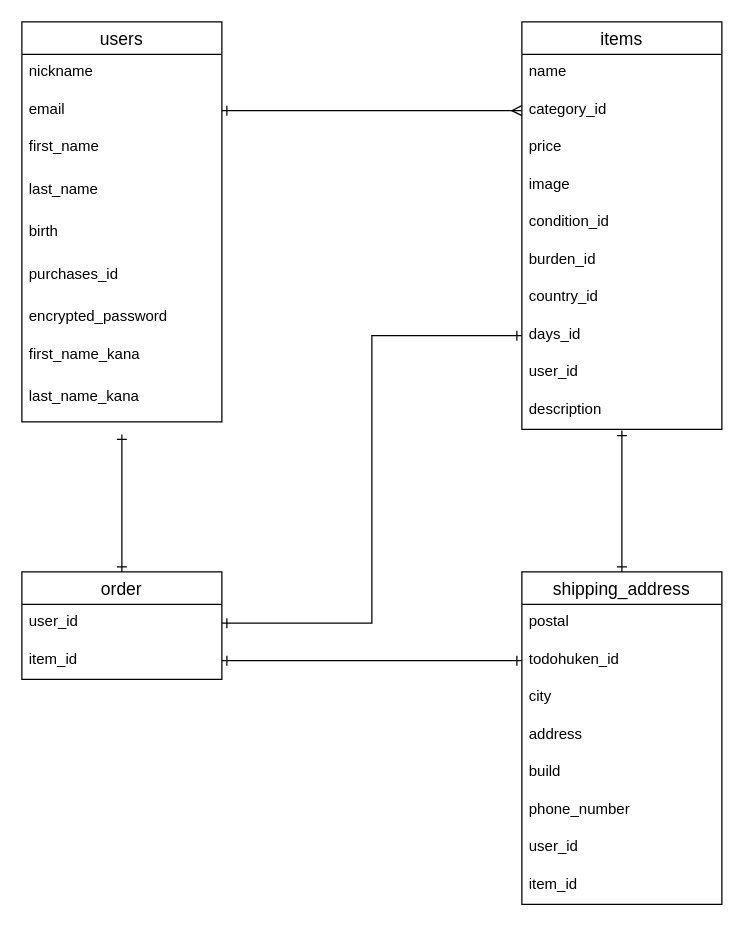
Earlier version of the draw.io diagram furima.dio (kosei-kubota/furima-34523). Source tidied: cells renumbered, new cells numbered last; positions are measured from the earlier drawing's top-left corner, leaving out a move shared by most shapes. Both pictures are drawn from the tidied source at 125%, with x=0, y=0 at pixel (21, 21).
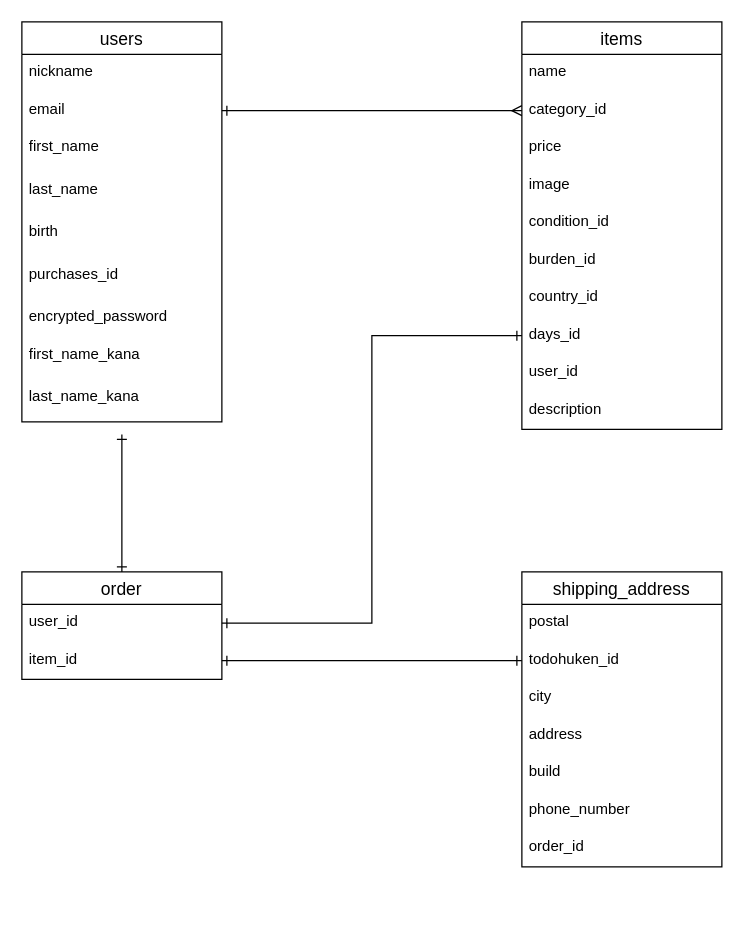
Above is the later version.

Unchanged cells that the change refers to:
```xml
<mxCell id="22" value="description" style="text;strokeColor=none;fillColor=none;spacingLeft=4;spacingRight=4;overflow=hidden;points=[[0,0.5],[1,0.5]];portConstraint=eastwest;fontSize=12;" parent="12" vertex="1">
  <mxGeometry y="296" width="160" height="30" as="geometry" />
</mxCell>
```

What changed in the source:
```diff
@@
-    <mxCell id="25" style="edgeStyle=orthogonalEdgeStyle;rounded=0;jettySize=auto;html=1;exitX=0.5;exitY=0;exitDx=0;exitDy=0;entryX=0.5;entryY=1.033;entryDx=0;entryDy=0;entryPerimeter=0;startArrow=ERone;startFill=0;endArrow=ERone;endFill=0;" parent="1" edge="1" source="26" target="22">
-      <mxGeometry relative="1" as="geometry" />
-    </mxCell>
     <mxCell id="26" value="shipping_address" style="swimlane;fontStyle=0;horizontal=1;startSize=26;align=center;fontSize=14;" parent="1" vertex="1">
-      <mxGeometry x="400" y="440" width="160" height="266" as="geometry" />
+      <mxGeometry x="400" y="440" width="160" height="236" as="geometry" />
     </mxCell>
@@
-    <mxCell id="33" value="user_id" style="text;strokeColor=none;fillColor=none;spacingLeft=4;spacingRight=4;overflow=hidden;fontSize=12;" parent="26" vertex="1">
-      <mxGeometry y="206" width="160" height="30" as="geometry" />
-    </mxCell>
-    <mxCell id="34" value="item_id" style="text;strokeColor=none;fillColor=none;spacingLeft=4;spacingRight=4;overflow=hidden;fontSize=12;" parent="26" vertex="1">
-      <mxGeometry y="236" width="160" height="30" as="geometry" />
+    <mxCell id="34" value="order_id" style="text;strokeColor=none;fillColor=none;spacingLeft=4;spacingRight=4;overflow=hidden;fontSize=12;" parent="26" vertex="1">
+      <mxGeometry y="206" width="160" height="30" as="geometry" />
     </mxCell>
```
